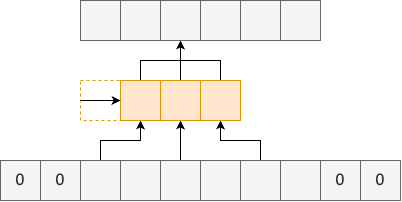
This is figure/sec3/conv4.drawio.png from kyushusouth/master_thesis, a draw.io export, as it was before one commit. Source tidied: cells renumbered, new cells last; positions are measured from the earlier drawing's top-left corner, leaving out a move shared by most shapes.
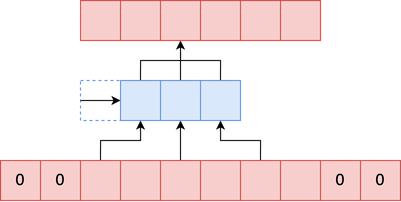
Later version of the same file.

The edit, as a diff of the source:
```diff
@@ -5,79 +5,79 @@
     <mxCell id="2" style="edgeStyle=orthogonalEdgeStyle;rounded=0;jettySize=auto;html=1;exitX=0.5;exitY=0;exitDx=0;exitDy=0;entryX=0.5;entryY=1;entryDx=0;entryDy=0;" parent="1" edge="1" source="3" target="11">
       <mxGeometry relative="1" as="geometry" />
     </mxCell>
-    <mxCell id="3" style="whiteSpace=wrap;html=1;fillColor=#f5f5f5;fontColor=#333333;strokeColor=#666666;" parent="1" vertex="1">
+    <mxCell id="3" style="whiteSpace=wrap;html=1;fillColor=#f8cecc;strokeColor=#b85450;" parent="1" vertex="1">
       <mxGeometry x="80" y="160" width="40" height="40" as="geometry" />
     </mxCell>
-    <mxCell id="4" style="whiteSpace=wrap;html=1;fillColor=#f5f5f5;fontColor=#333333;strokeColor=#666666;" parent="1" vertex="1">
+    <mxCell id="4" style="whiteSpace=wrap;html=1;fillColor=#f8cecc;strokeColor=#b85450;" parent="1" vertex="1">
       <mxGeometry x="120" y="160" width="40" height="40" as="geometry" />
     </mxCell>
     <mxCell id="5" style="edgeStyle=orthogonalEdgeStyle;rounded=0;jettySize=auto;html=1;exitX=0.5;exitY=0;exitDx=0;exitDy=0;entryX=0.5;entryY=1;entryDx=0;entryDy=0;" parent="1" edge="1" source="6" target="13">
       <mxGeometry relative="1" as="geometry" />
     </mxCell>
-    <mxCell id="6" style="whiteSpace=wrap;html=1;fillColor=#f5f5f5;fontColor=#333333;strokeColor=#666666;" parent="1" vertex="1">
+    <mxCell id="6" style="whiteSpace=wrap;html=1;fillColor=#f8cecc;strokeColor=#b85450;" parent="1" vertex="1">
       <mxGeometry x="160" y="160" width="40" height="40" as="geometry" />
     </mxCell>
-    <mxCell id="7" style="whiteSpace=wrap;html=1;fillColor=#f5f5f5;fontColor=#333333;strokeColor=#666666;" parent="1" vertex="1">
+    <mxCell id="7" style="whiteSpace=wrap;html=1;fillColor=#f8cecc;strokeColor=#b85450;" parent="1" vertex="1">
       <mxGeometry x="200" y="160" width="40" height="40" as="geometry" />
     </mxCell>
     <mxCell id="8" style="edgeStyle=orthogonalEdgeStyle;rounded=0;jettySize=auto;html=1;exitX=0.5;exitY=0;exitDx=0;exitDy=0;entryX=0.5;entryY=1;entryDx=0;entryDy=0;" parent="1" edge="1" source="9" target="15">
       <mxGeometry relative="1" as="geometry" />
     </mxCell>
-    <mxCell id="9" style="whiteSpace=wrap;html=1;fillColor=#f5f5f5;fontColor=#333333;strokeColor=#666666;" parent="1" vertex="1">
+    <mxCell id="9" style="whiteSpace=wrap;html=1;fillColor=#f8cecc;strokeColor=#b85450;" parent="1" vertex="1">
       <mxGeometry x="240" y="160" width="40" height="40" as="geometry" />
     </mxCell>
     <mxCell id="10" style="edgeStyle=orthogonalEdgeStyle;rounded=0;jettySize=auto;html=1;exitX=0.5;exitY=0;exitDx=0;exitDy=0;entryX=0.5;entryY=1;entryDx=0;entryDy=0;" parent="1" edge="1" source="11" target="18">
       <mxGeometry relative="1" as="geometry" />
     </mxCell>
-    <mxCell id="11" style="whiteSpace=wrap;html=1;fillColor=#ffe6cc;strokeColor=#d79b00;" parent="1" vertex="1">
+    <mxCell id="11" style="whiteSpace=wrap;html=1;fillColor=#dae8fc;strokeColor=#6c8ebf;" parent="1" vertex="1">
       <mxGeometry x="120" y="80" width="40" height="40" as="geometry" />
     </mxCell>
     <mxCell id="12" style="edgeStyle=orthogonalEdgeStyle;rounded=0;jettySize=auto;html=1;exitX=0.5;exitY=0;exitDx=0;exitDy=0;entryX=0.5;entryY=1;entryDx=0;entryDy=0;" parent="1" edge="1" source="13" target="18">
       <mxGeometry relative="1" as="geometry" />
     </mxCell>
-    <mxCell id="13" style="whiteSpace=wrap;html=1;fillColor=#ffe6cc;strokeColor=#d79b00;" parent="1" vertex="1">
+    <mxCell id="13" style="whiteSpace=wrap;html=1;fillColor=#dae8fc;strokeColor=#6c8ebf;" parent="1" vertex="1">
       <mxGeometry x="160" y="80" width="40" height="40" as="geometry" />
     </mxCell>
     <mxCell id="14" style="edgeStyle=orthogonalEdgeStyle;rounded=0;jettySize=auto;html=1;exitX=0.5;exitY=0;exitDx=0;exitDy=0;entryX=0.5;entryY=1;entryDx=0;entryDy=0;" parent="1" edge="1" source="15" target="18">
       <mxGeometry relative="1" as="geometry" />
     </mxCell>
-    <mxCell id="15" style="whiteSpace=wrap;html=1;fillColor=#ffe6cc;strokeColor=#d79b00;" parent="1" vertex="1">
+    <mxCell id="15" style="whiteSpace=wrap;html=1;fillColor=#dae8fc;strokeColor=#6c8ebf;" parent="1" vertex="1">
       <mxGeometry x="200" y="80" width="40" height="40" as="geometry" />
     </mxCell>
-    <mxCell id="16" style="whiteSpace=wrap;html=1;fillColor=#f5f5f5;fontColor=#333333;strokeColor=#666666;" parent="1" vertex="1">
+    <mxCell id="16" style="whiteSpace=wrap;html=1;fillColor=#f8cecc;strokeColor=#b85450;" parent="1" vertex="1">
       <mxGeometry x="80" width="40" height="40" as="geometry" />
     </mxCell>
-    <mxCell id="17" style="whiteSpace=wrap;html=1;fillColor=#f5f5f5;fontColor=#333333;strokeColor=#666666;" parent="1" vertex="1">
+    <mxCell id="17" style="whiteSpace=wrap;html=1;fillColor=#f8cecc;strokeColor=#b85450;" parent="1" vertex="1">
       <mxGeometry x="120" width="40" height="40" as="geometry" />
     </mxCell>
-    <mxCell id="18" style="whiteSpace=wrap;html=1;fillColor=#f5f5f5;fontColor=#333333;strokeColor=#666666;" parent="1" vertex="1">
+    <mxCell id="18" style="whiteSpace=wrap;html=1;fillColor=#f8cecc;strokeColor=#b85450;" parent="1" vertex="1">
       <mxGeometry x="160" width="40" height="40" as="geometry" />
     </mxCell>
-    <mxCell id="19" style="whiteSpace=wrap;html=1;fillColor=#f5f5f5;fontColor=#333333;strokeColor=#666666;" parent="1" vertex="1">
+    <mxCell id="19" style="whiteSpace=wrap;html=1;fillColor=#f8cecc;strokeColor=#b85450;" parent="1" vertex="1">
       <mxGeometry x="200" width="40" height="40" as="geometry" />
     </mxCell>
-    <mxCell id="20" style="whiteSpace=wrap;html=1;fillColor=#f5f5f5;fontColor=#333333;strokeColor=#666666;" parent="1" vertex="1">
+    <mxCell id="20" style="whiteSpace=wrap;html=1;fillColor=#f8cecc;strokeColor=#b85450;" parent="1" vertex="1">
       <mxGeometry x="240" width="40" height="40" as="geometry" />
     </mxCell>
-    <mxCell id="21" style="whiteSpace=wrap;html=1;fillColor=#f5f5f5;fontColor=#333333;strokeColor=#666666;" parent="1" vertex="1">
+    <mxCell id="21" style="whiteSpace=wrap;html=1;fillColor=#f8cecc;strokeColor=#b85450;" parent="1" vertex="1">
       <mxGeometry x="280" y="160" width="40" height="40" as="geometry" />
     </mxCell>
-    <mxCell id="22" style="whiteSpace=wrap;html=1;fillColor=#f5f5f5;fontColor=#333333;strokeColor=#666666;" parent="1" vertex="1">
+    <mxCell id="22" style="whiteSpace=wrap;html=1;fillColor=#f8cecc;strokeColor=#b85450;" parent="1" vertex="1">
       <mxGeometry x="280" width="40" height="40" as="geometry" />
     </mxCell>
-    <mxCell id="23" value="0" style="whiteSpace=wrap;html=1;fillColor=#f5f5f5;fontColor=#333333;strokeColor=#666666;fontSize=16;" parent="1" vertex="1">
+    <mxCell id="23" value="0" style="whiteSpace=wrap;html=1;fillColor=#f8cecc;strokeColor=#b85450;fontSize=16;" parent="1" vertex="1">
       <mxGeometry x="40" y="160" width="40" height="40" as="geometry" />
     </mxCell>
-    <mxCell id="24" value="0" style="whiteSpace=wrap;html=1;fillColor=#f5f5f5;fontColor=#333333;strokeColor=#666666;fontSize=16;" parent="1" vertex="1">
+    <mxCell id="24" value="0" style="whiteSpace=wrap;html=1;fillColor=#f8cecc;strokeColor=#b85450;fontSize=16;" parent="1" vertex="1">
       <mxGeometry x="320" y="160" width="40" height="40" as="geometry" />
     </mxCell>
-    <mxCell id="25" value="0" style="whiteSpace=wrap;html=1;fillColor=#f5f5f5;fontColor=#333333;strokeColor=#666666;fontSize=16;" parent="1" vertex="1">
+    <mxCell id="25" value="0" style="whiteSpace=wrap;html=1;fillColor=#f8cecc;strokeColor=#b85450;fontSize=16;" parent="1" vertex="1">
       <mxGeometry y="160" width="40" height="40" as="geometry" />
     </mxCell>
-    <mxCell id="26" value="0" style="whiteSpace=wrap;html=1;fillColor=#f5f5f5;fontColor=#333333;strokeColor=#666666;fontSize=16;" parent="1" vertex="1">
+    <mxCell id="26" value="0" style="whiteSpace=wrap;html=1;fillColor=#f8cecc;strokeColor=#b85450;fontSize=16;" parent="1" vertex="1">
       <mxGeometry x="360" y="160" width="40" height="40" as="geometry" />
     </mxCell>
-    <mxCell id="27" style="whiteSpace=wrap;html=1;dashed=1;fillColor=none;strokeColor=#d79b00;" parent="1" vertex="1">
+    <mxCell id="27" style="whiteSpace=wrap;html=1;dashed=1;fillColor=none;strokeColor=#6c8ebf;" parent="1" vertex="1">
       <mxGeometry x="80" y="80" width="40" height="40" as="geometry" />
     </mxCell>
     <mxCell id="28" style="endArrow=classic;html=1;rounded=0;exitX=0;exitY=0.5;exitDx=0;exitDy=0;entryX=0;entryY=0.5;entryDx=0;entryDy=0;" parent="1" edge="1" source="27">
```
